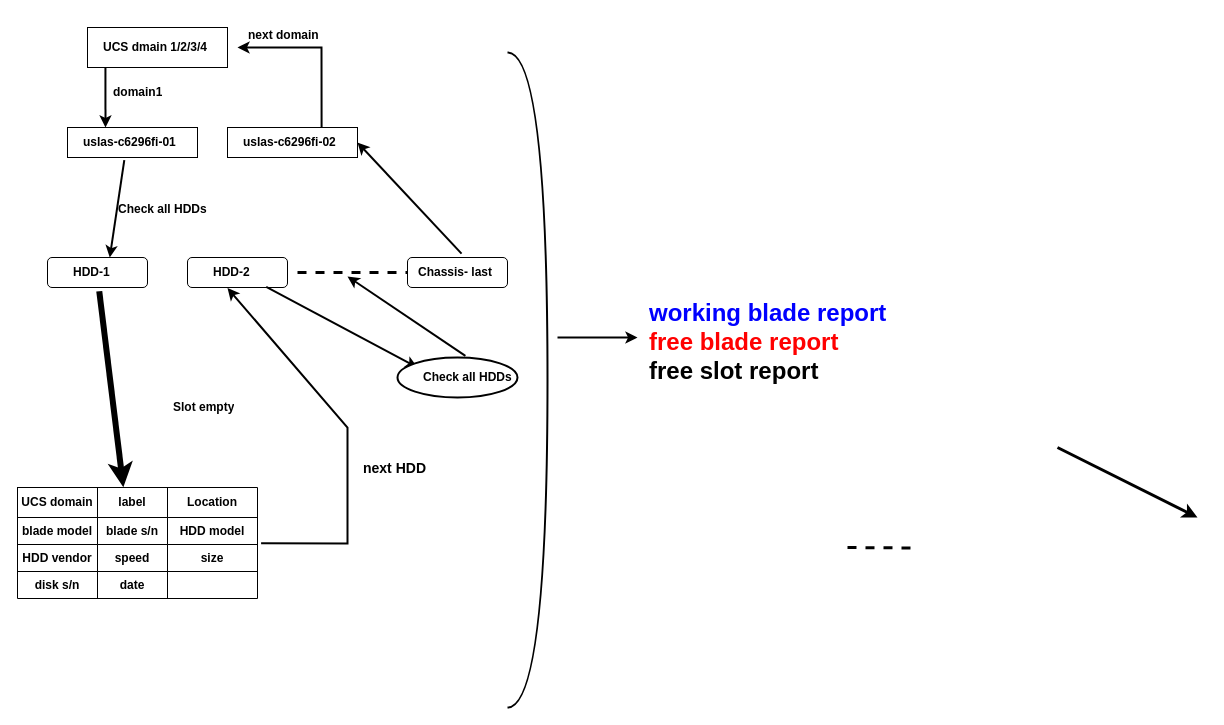
Before: UCS-harddisk.drawio in shfy70/test, a draw.io diagram. Source tidied: cells renumbered, new cells numbered last; positions are measured from the earlier drawing's top-left corner, leaving out a move shared by most shapes. Both pictures are drawn from the tidied source at 100%, with x=0, y=0 at pixel (17, 17).
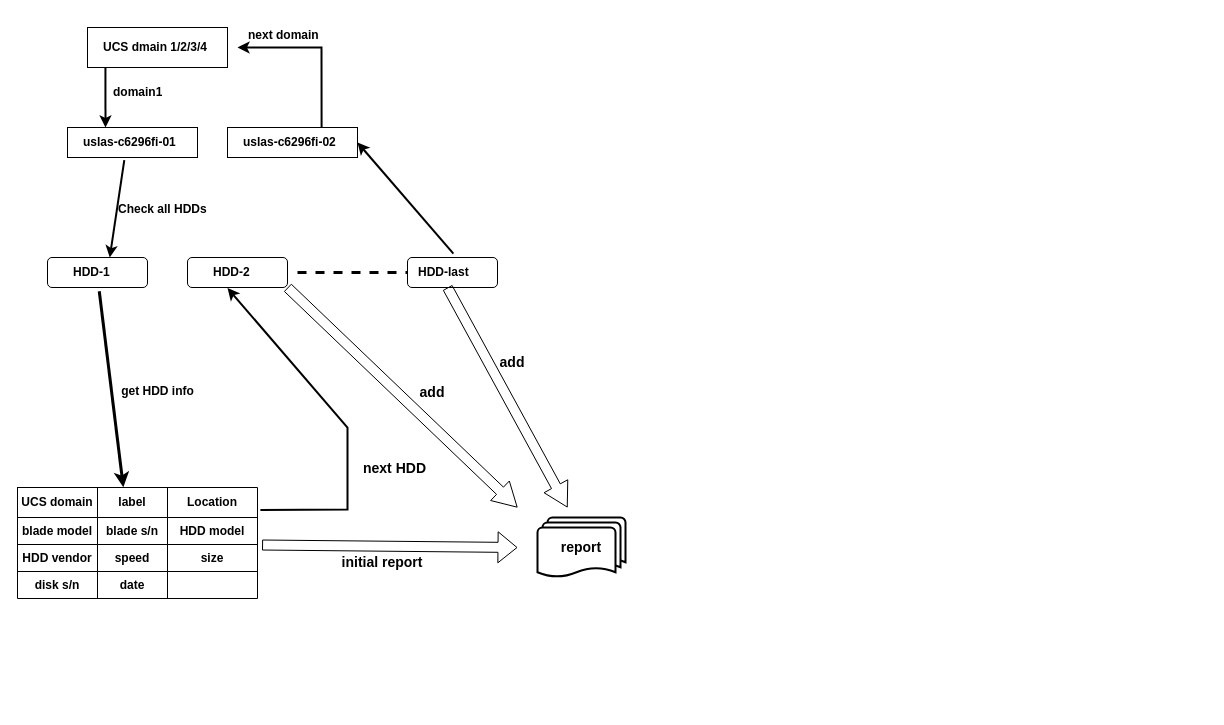
Above is the later version.

The change refers to these unchanged cells:
```xml
<mxCell id="11" value="&lt;b&gt;HDD-1&lt;/b&gt;" style="text;strokeColor=none;fillColor=none;align=left;verticalAlign=middle;spacingLeft=4;spacingRight=4;overflow=hidden;points=[[0,0.5],[1,0.5]];portConstraint=eastwest;whiteSpace=wrap;html=1;" parent="1" vertex="1">
  <mxGeometry x="50" y="240" width="80" height="30" as="geometry" />
</mxCell>
<mxCell id="15" value="&lt;b&gt;HDD-2&lt;/b&gt;" style="text;strokeColor=none;fillColor=none;align=left;verticalAlign=middle;spacingLeft=4;spacingRight=4;overflow=hidden;points=[[0,0.5],[1,0.5]];portConstraint=eastwest;whiteSpace=wrap;html=1;" parent="1" vertex="1">
  <mxGeometry x="190" y="240" width="80" height="30" as="geometry" />
</mxCell>
<mxCell id="28" style="shape=tableRow;horizontal=0;startSize=0;swimlaneHead=0;swimlaneBody=0;top=0;left=0;bottom=0;right=0;fillColor=none;points=[[0,0.5],[1,0.5]];portConstraint=eastwest;" parent="27" vertex="1">
  <mxGeometry width="240" height="30" as="geometry" />
</mxCell>
<mxCell id="36" style="shape=tableRow;horizontal=0;startSize=0;swimlaneHead=0;swimlaneBody=0;top=0;left=0;bottom=0;right=0;fillColor=none;points=[[0,0.5],[1,0.5]];portConstraint=eastwest;" parent="27" vertex="1">
  <mxGeometry y="57" width="240" height="27" as="geometry" />
</mxCell>
```

The edit, as a diff of the source:
```diff
@@
-    <mxCell id="13" style="endArrow=none;dashed=1;html=1;rounded=0;strokeWidth=3;" parent="1" edge="1">
-      <mxGeometry relative="1" as="geometry">
-        <mxPoint x="830" y="530" as="sourcePoint" />
-        <mxPoint x="900" y="530.5" as="targetPoint" />
-      </mxGeometry>
-    </mxCell>
@@
     <mxCell id="16" style="rounded=1;whiteSpace=wrap;html=1;" parent="1" vertex="1">
-      <mxGeometry x="390" y="240" width="100" height="30" as="geometry" />
+      <mxGeometry x="390" y="240" width="90" height="30" as="geometry" />
     </mxCell>
-    <mxCell id="17" value="&lt;b&gt;Chassis- last&lt;/b&gt;" style="text;strokeColor=none;fillColor=none;align=left;verticalAlign=middle;spacingLeft=4;spacingRight=4;overflow=hidden;points=[[0,0.5],[1,0.5]];portConstraint=eastwest;whiteSpace=wrap;html=1;" parent="1" vertex="1">
-      <mxGeometry x="395" y="240" width="90" height="30" as="geometry" />
+    <mxCell id="17" value="&lt;b&gt;HDD-last&lt;/b&gt;" style="text;strokeColor=none;fillColor=none;align=left;verticalAlign=middle;spacingLeft=4;spacingRight=4;overflow=hidden;points=[[0,0.5],[1,0.5]];portConstraint=eastwest;whiteSpace=wrap;html=1;" parent="1" vertex="1">
+      <mxGeometry x="395" y="240" width="75" height="30" as="geometry" />
     </mxCell>
@@
-    <mxCell id="23" style="endArrow=classic;html=1;rounded=0;strokeWidth=2;exitX=0.734;exitY=0.983;exitDx=0;exitDy=0;exitPerimeter=0;" parent="1" edge="1" source="15">
-      <mxGeometry relative="1" as="geometry">
-        <mxPoint x="400" y="350" as="targetPoint" />
-      </mxGeometry>
-    </mxCell>
-    <mxCell id="24" style="ellipse;whiteSpace=wrap;html=1;strokeWidth=2;" parent="1" vertex="1">
-      <mxGeometry x="380" y="340" width="120" height="40" as="geometry" />
-    </mxCell>
-    <mxCell id="25" value="&lt;b&gt;Check all HDDs&lt;/b&gt;" style="text;strokeColor=none;fillColor=none;align=left;verticalAlign=middle;spacingLeft=4;spacingRight=4;overflow=hidden;whiteSpace=wrap;html=1;" parent="1" vertex="1">
-      <mxGeometry x="400" y="350" width="110" height="20" as="geometry" />
-    </mxCell>
-    <mxCell id="26" style="endArrow=classic;html=1;rounded=0;entryX=1;entryY=0.5;entryDx=0;entryDy=0;strokeWidth=2;exitX=0.566;exitY=-0.041;exitDx=0;exitDy=0;exitPerimeter=0;" parent="1" edge="1" source="24">
-      <mxGeometry relative="1" as="geometry">
-        <mxPoint x="330" y="258.9" as="targetPoint" />
-      </mxGeometry>
-    </mxCell>
@@
-    <mxCell id="45" style="endArrow=classic;html=1;rounded=0;exitX=0.397;exitY=1.125;exitDx=0;exitDy=0;exitPerimeter=0;entryX=0.441;entryY=-0.006;entryDx=0;entryDy=0;entryPerimeter=0;strokeWidth=6;" parent="1" edge="1" source="11" target="28">
+    <mxCell id="45" style="endArrow=classic;html=1;rounded=0;exitX=0.397;exitY=1.125;exitDx=0;exitDy=0;exitPerimeter=0;entryX=0.441;entryY=-0.006;entryDx=0;entryDy=0;entryPerimeter=0;strokeWidth=3;" parent="1" edge="1" source="11" target="28">
       <mxGeometry relative="1" as="geometry" />
     </mxCell>
-    <mxCell id="46" style="endArrow=classic;html=1;rounded=0;exitX=0.49;exitY=1.154;exitDx=0;exitDy=0;exitPerimeter=0;strokeWidth=3;" parent="1" edge="1">
-      <mxGeometry relative="1" as="geometry">
-        <mxPoint x="1040" y="430" as="sourcePoint" />
-        <mxPoint x="1180" y="500" as="targetPoint" />
-      </mxGeometry>
-    </mxCell>
-    <mxCell id="47" value="&lt;b&gt;Slot empty&lt;/b&gt;" style="text;strokeColor=none;fillColor=none;align=left;verticalAlign=middle;spacingLeft=4;spacingRight=4;overflow=hidden;whiteSpace=wrap;html=1;" parent="1" vertex="1">
-      <mxGeometry x="150" y="370" width="140" height="40" as="geometry" />
-    </mxCell>
-    <mxCell id="48" style="endArrow=classic;html=1;rounded=0;strokeWidth=2;exitX=1.015;exitY=-0.043;exitDx=0;exitDy=0;exitPerimeter=0;entryX=0.922;entryY=1.043;entryDx=0;entryDy=0;entryPerimeter=0;" parent="1" edge="1" source="36">
+    <mxCell id="48" style="endArrow=classic;html=1;rounded=0;strokeWidth=2;exitX=1.012;exitY=0.749;exitDx=0;exitDy=0;exitPerimeter=0;entryX=0.922;entryY=1.043;entryDx=0;entryDy=0;entryPerimeter=0;" parent="1" edge="1" source="28">
       <mxGeometry relative="1" as="geometry">
         <mxPoint x="210" y="270.6" as="targetPoint" />
         <Array as="points">
-          <mxPoint x="330" y="526" />
+          <mxPoint x="330" y="492" />
           <mxPoint x="330" y="410" />
         </Array>
       </mxGeometry>
     </mxCell>
@@
-    <mxCell id="50" style="edgeStyle=orthogonalEdgeStyle;rounded=0;orthogonalLoop=1;jettySize=auto;html=1;exitX=0.5;exitY=1;exitDx=0;exitDy=0;strokeWidth=3;fontSize=14;fontColor=#000000;" parent="1" edge="1" source="24" target="24">
-      <mxGeometry relative="1" as="geometry" />
+    <mxCell id="50" style="edgeStyle=orthogonalEdgeStyle;rounded=0;orthogonalLoop=1;jettySize=auto;html=1;exitX=0.5;exitY=1;exitDx=0;exitDy=0;strokeWidth=3;fontSize=14;fontColor=#000000;" parent="1" edge="1">
+      <mxGeometry relative="1" as="geometry">
+        <mxPoint x="440" y="380" as="sourcePoint" />
+        <mxPoint x="440" y="380" as="targetPoint" />
+      </mxGeometry>
     </mxCell>
-    <mxCell id="51" style="shape=requiredInterface;html=1;verticalLabelPosition=bottom;sketch=0;fontSize=14;fontColor=#000000;rotation=0;strokeWidth=2;" parent="1" vertex="1">
-      <mxGeometry x="490" y="35" width="40" height="655" as="geometry" />
-    </mxCell>
-    <mxCell id="52" style="endArrow=classic;html=1;rounded=0;exitX=0.39;exitY=1.09;exitDx=0;exitDy=0;exitPerimeter=0;strokeWidth=2;" parent="1" edge="1">
-      <mxGeometry relative="1" as="geometry">
-        <mxPoint x="540" y="320" as="sourcePoint" />
-        <mxPoint x="620" y="320" as="targetPoint" />
-      </mxGeometry>
-    </mxCell>
-    <mxCell id="53" value="&lt;font color=&quot;#0000ff&quot;&gt;working blade report&lt;/font&gt;&lt;br&gt;&lt;font color=&quot;#ff0000&quot;&gt;free blade report&lt;/font&gt;&lt;br&gt;free slot report" style="text;strokeColor=none;fillColor=none;html=1;fontSize=24;fontStyle=1;verticalAlign=middle;align=left;strokeWidth=2;fontColor=#000000;" parent="1" vertex="1">
-      <mxGeometry x="630" y="210" width="240" height="230" as="geometry" />
-    </mxCell>
@@
+    <mxCell id="55" style="shape=flexArrow;endArrow=classic;html=1;rounded=0;fontSize=12;exitX=1.019;exitY=0.019;exitDx=0;exitDy=0;exitPerimeter=0;" parent="1" edge="1" source="36">
+      <mxGeometry relative="1" as="geometry">
+        <mxPoint x="500" y="530" as="targetPoint" />
+      </mxGeometry>
+    </mxCell>
+    <mxCell id="56" value="&lt;font style=&quot;font-size: 12px;&quot;&gt;get HDD info&lt;/font&gt;" style="text;strokeColor=none;fillColor=none;html=1;fontSize=24;fontStyle=1;verticalAlign=middle;align=center;" parent="1" vertex="1">
+      <mxGeometry x="90" y="350" width="100" height="40" as="geometry" />
+    </mxCell>
+    <mxCell id="57" style="strokeWidth=2;html=1;shape=mxgraph.flowchart.multi-document;whiteSpace=wrap;fontSize=12;" parent="1" vertex="1">
+      <mxGeometry x="520" y="500" width="88" height="60" as="geometry" />
+    </mxCell>
+    <mxCell id="58" value="&lt;b&gt;&lt;font style=&quot;font-size: 14px;&quot;&gt;report&lt;/font&gt;&lt;/b&gt;" style="text;html=1;strokeColor=none;fillColor=none;align=center;verticalAlign=middle;whiteSpace=wrap;rounded=0;fontSize=12;" parent="1" vertex="1">
+      <mxGeometry x="534" y="515" width="60" height="30" as="geometry" />
+    </mxCell>
+    <mxCell id="59" style="shape=flexArrow;endArrow=classic;html=1;rounded=0;fontSize=14;endWidth=16;endSize=7.57;" parent="1" edge="1">
+      <mxGeometry relative="1" as="geometry">
+        <mxPoint x="270" y="270" as="sourcePoint" />
+        <mxPoint x="500" y="490" as="targetPoint" />
+      </mxGeometry>
+    </mxCell>
+    <mxCell id="60" style="shape=flexArrow;endArrow=classic;html=1;rounded=0;fontSize=14;endWidth=16;endSize=7.57;" parent="1" edge="1">
+      <mxGeometry relative="1" as="geometry">
+        <mxPoint x="430" y="270" as="sourcePoint" />
+        <mxPoint x="550" y="490" as="targetPoint" />
+      </mxGeometry>
+    </mxCell>
+    <mxCell id="61" value="&lt;b&gt;initial report&lt;/b&gt;" style="text;html=1;strokeColor=none;fillColor=none;align=center;verticalAlign=middle;whiteSpace=wrap;rounded=0;fontSize=14;" parent="1" vertex="1">
+      <mxGeometry x="310" y="530" width="110" height="30" as="geometry" />
+    </mxCell>
+    <mxCell id="62" value="&lt;b&gt;add&lt;/b&gt;" style="text;html=1;strokeColor=none;fillColor=none;align=center;verticalAlign=middle;whiteSpace=wrap;rounded=0;fontSize=14;" parent="1" vertex="1">
+      <mxGeometry x="390" y="360" width="50" height="30" as="geometry" />
+    </mxCell>
+    <mxCell id="63" value="&lt;b&gt;add&lt;/b&gt;" style="text;html=1;strokeColor=none;fillColor=none;align=center;verticalAlign=middle;whiteSpace=wrap;rounded=0;fontSize=14;" parent="1" vertex="1">
+      <mxGeometry x="470" y="330" width="50" height="30" as="geometry" />
+    </mxCell>
```
